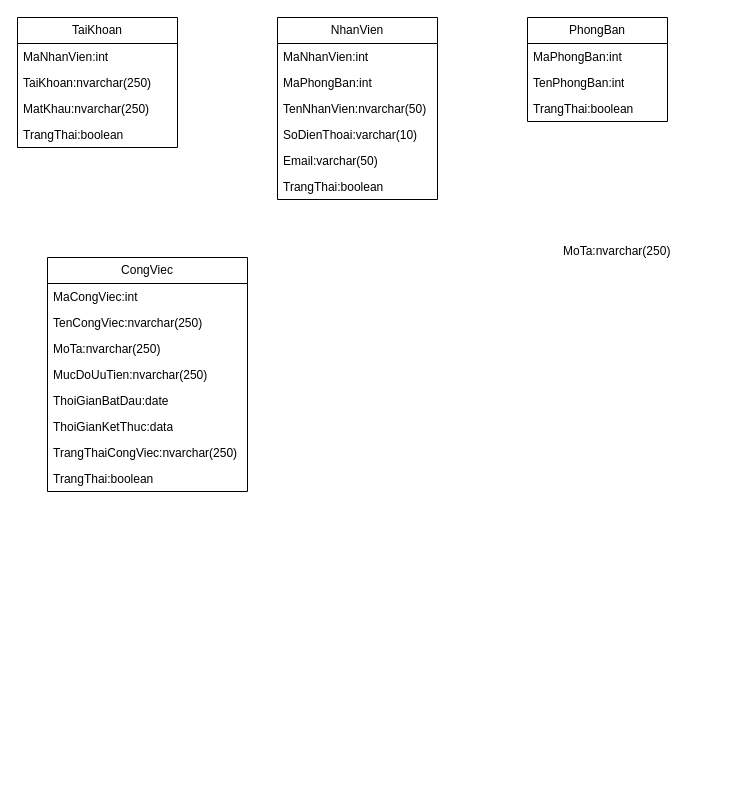
maivantai2003/vercelDemo keeps this draw.io diagram as j2ee.drawio. Above is the earlier version. Source tidied: cells renumbered, new cells numbered last; positions are measured from the earlier drawing's top-left corner, leaving out a move shared by most shapes. Both pictures are drawn from the tidied source at 100%, with x=0, y=0 at pixel (17, 17).
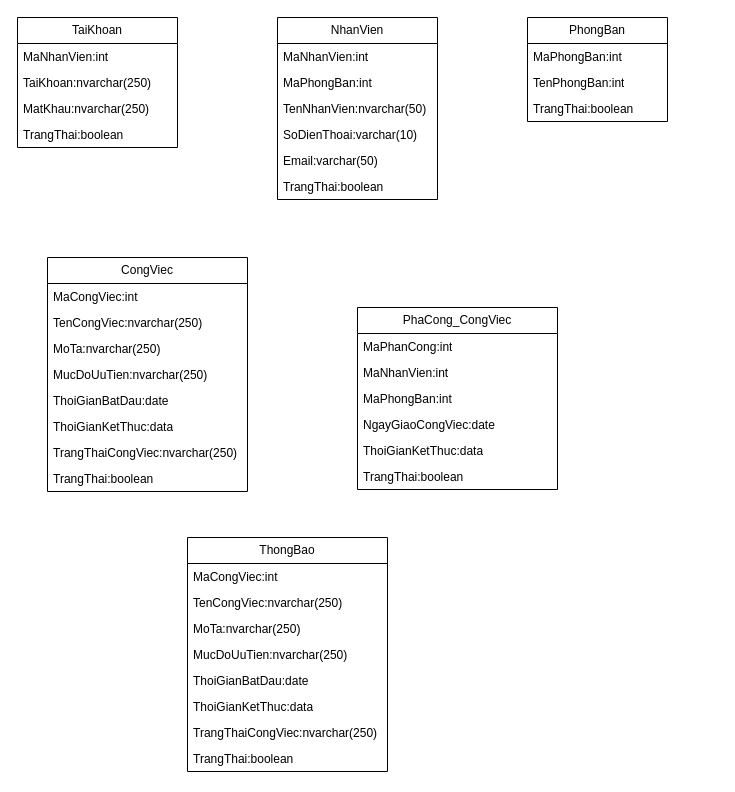
After the change.

Change to the diagram source:
```diff
@@
+    <mxCell id="28" value="PhaCong_CongViec" style="swimlane;fontStyle=0;horizontal=1;startSize=26;fillColor=none;whiteSpace=wrap;html=1;" parent="1" vertex="1">
+      <mxGeometry x="340" y="290" width="200" height="182" as="geometry" />
+    </mxCell>
+    <mxCell id="29" value="MaPhanCong:int" style="text;strokeColor=none;fillColor=none;align=left;verticalAlign=top;spacingLeft=4;spacingRight=4;overflow=hidden;whiteSpace=wrap;html=1;" parent="28" vertex="1">
+      <mxGeometry y="26" width="200" height="26" as="geometry" />
+    </mxCell>
+    <mxCell id="30" value="MaNhanVien:int" style="text;strokeColor=none;fillColor=none;align=left;verticalAlign=top;spacingLeft=4;spacingRight=4;overflow=hidden;whiteSpace=wrap;html=1;" parent="28" vertex="1">
+      <mxGeometry y="52" width="200" height="26" as="geometry" />
+    </mxCell>
+    <mxCell id="31" value="MaPhongBan:int" style="text;strokeColor=none;fillColor=none;align=left;verticalAlign=top;spacingLeft=4;spacingRight=4;overflow=hidden;whiteSpace=wrap;html=1;" parent="28" vertex="1">
+      <mxGeometry y="78" width="200" height="26" as="geometry" />
+    </mxCell>
+    <mxCell id="32" value="NgayGiaoCongViec:date" style="text;strokeColor=none;fillColor=none;align=left;verticalAlign=top;spacingLeft=4;spacingRight=4;overflow=hidden;whiteSpace=wrap;html=1;" parent="28" vertex="1">
+      <mxGeometry y="104" width="200" height="26" as="geometry" />
+    </mxCell>
+    <mxCell id="33" value="ThoiGianKetThuc:data" style="text;strokeColor=none;fillColor=none;align=left;verticalAlign=top;spacingLeft=4;spacingRight=4;overflow=hidden;whiteSpace=wrap;html=1;" parent="28" vertex="1">
+      <mxGeometry y="130" width="200" height="26" as="geometry" />
+    </mxCell>
+    <mxCell id="34" value="TrangThai:boolean" style="text;strokeColor=none;fillColor=none;align=left;verticalAlign=top;spacingLeft=4;spacingRight=4;overflow=hidden;whiteSpace=wrap;html=1;" parent="28" vertex="1">
+      <mxGeometry y="156" width="200" height="26" as="geometry" />
+    </mxCell>
+    <mxCell id="35" value="ThongBao" style="swimlane;fontStyle=0;horizontal=1;startSize=26;fillColor=none;whiteSpace=wrap;html=1;" parent="1" vertex="1">
+      <mxGeometry x="170" y="520" width="200" height="234" as="geometry" />
+    </mxCell>
+    <mxCell id="36" value="MaCongViec:int" style="text;strokeColor=none;fillColor=none;align=left;verticalAlign=top;spacingLeft=4;spacingRight=4;overflow=hidden;whiteSpace=wrap;html=1;" parent="35" vertex="1">
+      <mxGeometry y="26" width="200" height="26" as="geometry" />
+    </mxCell>
+    <mxCell id="37" value="TenCongViec:nvarchar(250)" style="text;strokeColor=none;fillColor=none;align=left;verticalAlign=top;spacingLeft=4;spacingRight=4;overflow=hidden;whiteSpace=wrap;html=1;" parent="35" vertex="1">
+      <mxGeometry y="52" width="200" height="26" as="geometry" />
+    </mxCell>
-    <mxCell id="27" value="MoTa:nvarchar(250)" style="text;strokeColor=none;fillColor=none;align=left;verticalAlign=top;spacingLeft=4;spacingRight=4;overflow=hidden;whiteSpace=wrap;html=1;" parent="1" vertex="1">
-      <mxGeometry x="540" y="220" width="160" height="26" as="geometry" />
+    <mxCell id="27" value="MoTa:nvarchar(250)" style="text;strokeColor=none;fillColor=none;align=left;verticalAlign=top;spacingLeft=4;spacingRight=4;overflow=hidden;whiteSpace=wrap;html=1;" parent="35" vertex="1">
+      <mxGeometry y="78" width="200" height="26" as="geometry" />
     </mxCell>
+    <mxCell id="38" value="MucDoUuTien:nvarchar(250)" style="text;strokeColor=none;fillColor=none;align=left;verticalAlign=top;spacingLeft=4;spacingRight=4;overflow=hidden;whiteSpace=wrap;html=1;" parent="35" vertex="1">
+      <mxGeometry y="104" width="200" height="26" as="geometry" />
+    </mxCell>
+    <mxCell id="39" value="ThoiGianBatDau:date" style="text;strokeColor=none;fillColor=none;align=left;verticalAlign=top;spacingLeft=4;spacingRight=4;overflow=hidden;whiteSpace=wrap;html=1;" parent="35" vertex="1">
+      <mxGeometry y="130" width="200" height="26" as="geometry" />
+    </mxCell>
+    <mxCell id="40" value="ThoiGianKetThuc:data" style="text;strokeColor=none;fillColor=none;align=left;verticalAlign=top;spacingLeft=4;spacingRight=4;overflow=hidden;whiteSpace=wrap;html=1;" parent="35" vertex="1">
+      <mxGeometry y="156" width="200" height="26" as="geometry" />
+    </mxCell>
+    <mxCell id="41" value="TrangThaiCongViec:nvarchar(250)" style="text;strokeColor=none;fillColor=none;align=left;verticalAlign=top;spacingLeft=4;spacingRight=4;overflow=hidden;whiteSpace=wrap;html=1;" parent="35" vertex="1">
+      <mxGeometry y="182" width="200" height="26" as="geometry" />
+    </mxCell>
+    <mxCell id="42" value="TrangThai:boolean" style="text;strokeColor=none;fillColor=none;align=left;verticalAlign=top;spacingLeft=4;spacingRight=4;overflow=hidden;whiteSpace=wrap;html=1;" parent="35" vertex="1">
+      <mxGeometry y="208" width="200" height="26" as="geometry" />
+    </mxCell>
```
